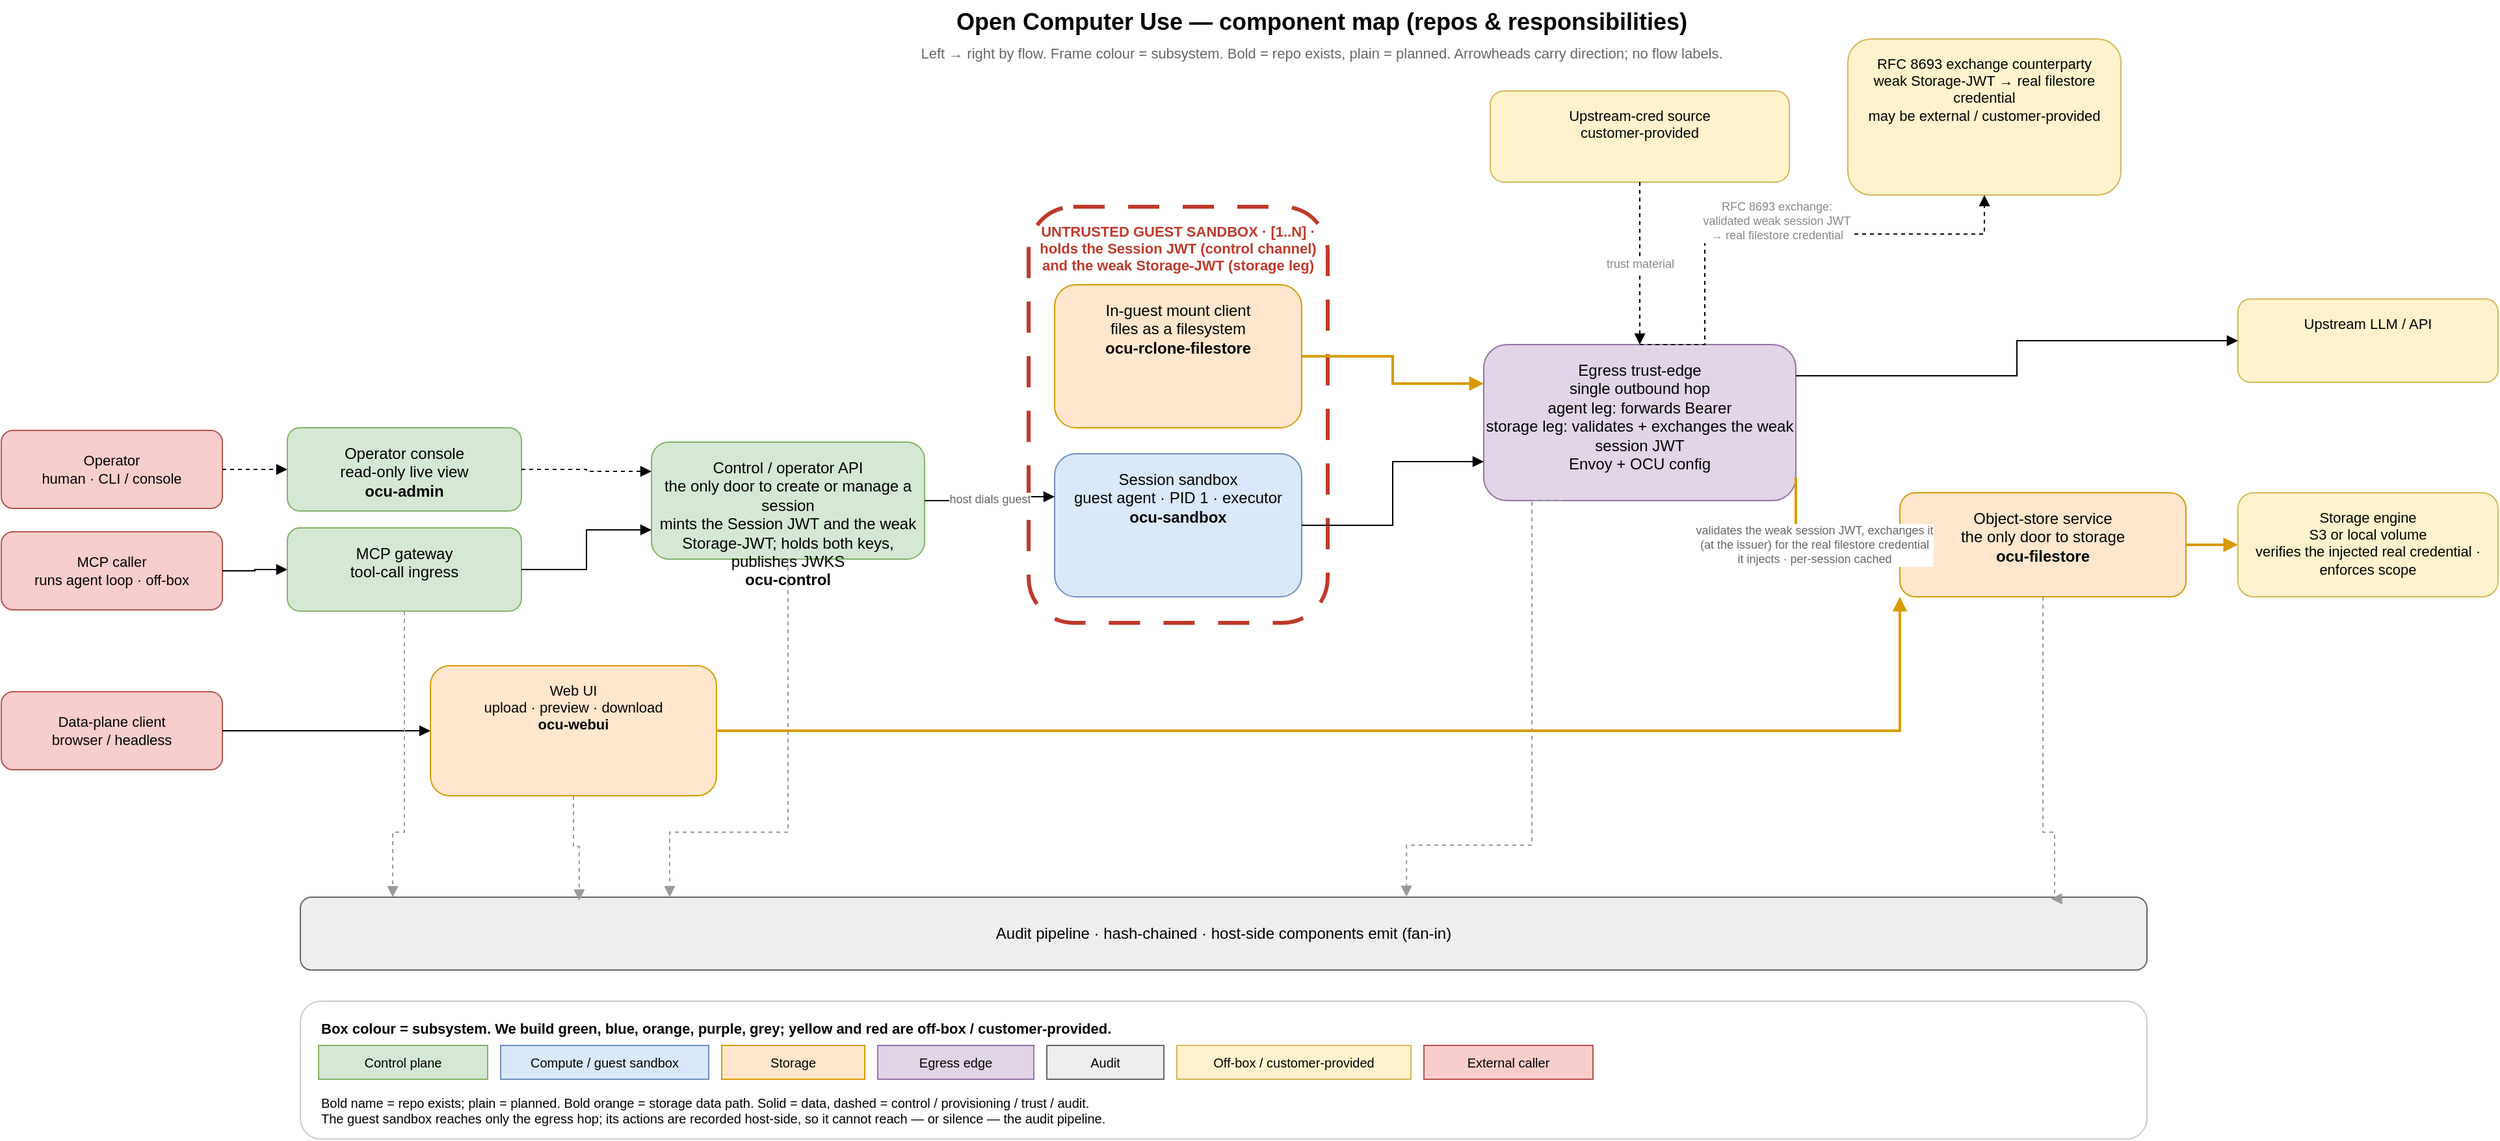
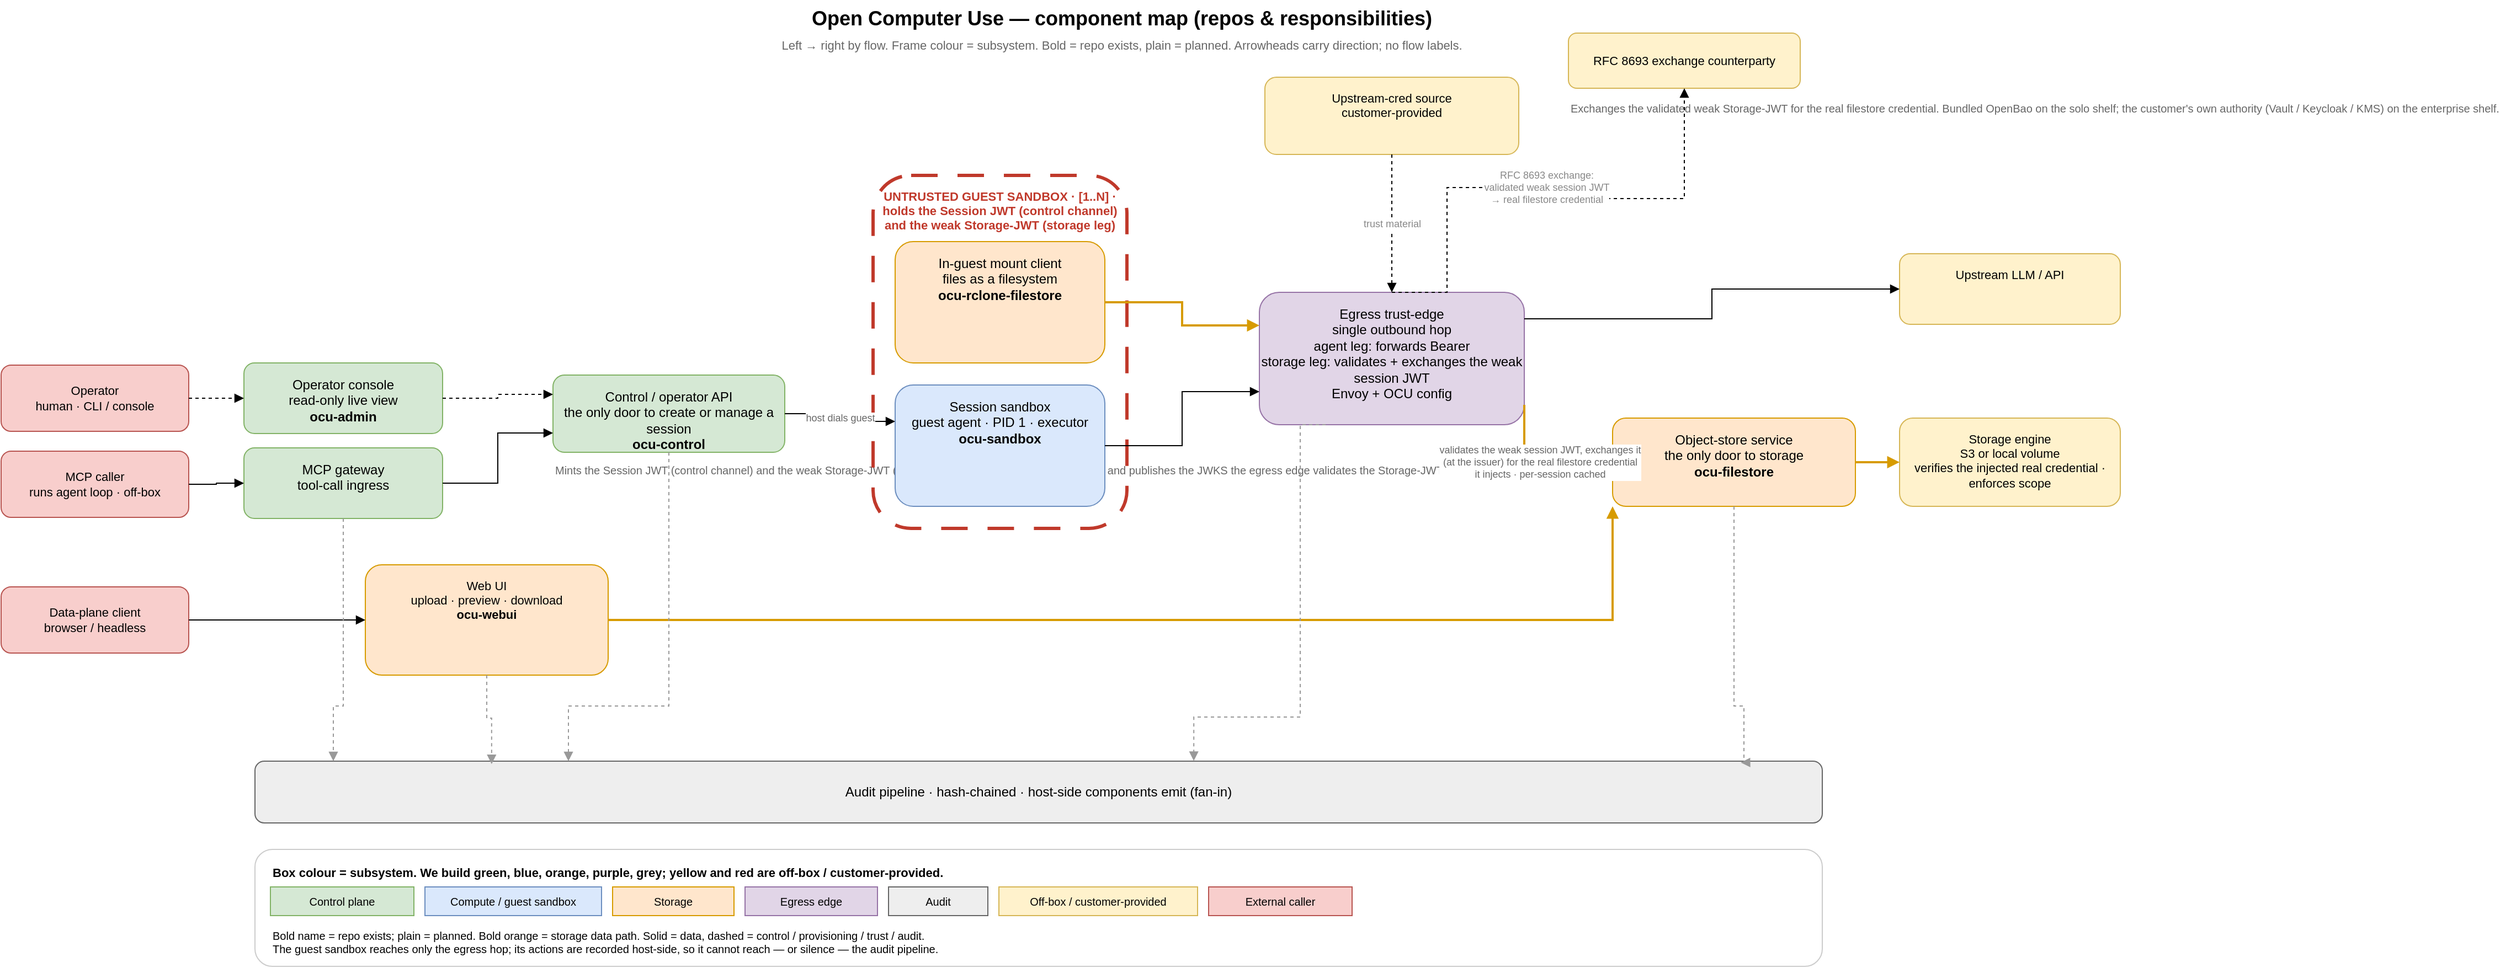
<mxfile host="65bd71144e">
    <diagram id="ocu-components" name="Component map">
        <mxGraphModel dx="1078" dy="1662" grid="1" gridSize="10" guides="1" tooltips="1" connect="1" arrows="1" fold="1" page="1" pageScale="1" pageWidth="2000" pageHeight="900" math="0" shadow="0">
            <root>
                <mxCell id="0"/>
                <mxCell id="1" parent="0"/>
                <mxCell id="title" value="Open Computer Use — component map (repos &amp; responsibilities)" style="text;html=1;strokeColor=none;fillColor=none;fontSize=18;fontStyle=1;align=center;" parent="1" vertex="1">
                    <mxGeometry x="700" y="20" width="710" height="28" as="geometry"/>
                </mxCell>
                <mxCell id="sub" value="Left → right by flow. Frame colour = subsystem. Bold = repo exists, plain = planned. Arrowheads carry direction; no flow labels." style="text;html=1;strokeColor=none;fillColor=none;fontSize=11;fontColor=#666;align=center;" parent="1" vertex="1">
                    <mxGeometry x="700" y="48" width="710" height="16" as="geometry"/>
                </mxCell>
                <mxCell id="x-peer" value="MCP caller&#xa;runs agent loop · off-box" style="rounded=1;whiteSpace=wrap;html=1;fillColor=#f8cecc;strokeColor=#b85450;fontSize=11;" parent="1" vertex="1">
                    <mxGeometry x="40" y="429" width="170" height="60" as="geometry"/>
                </mxCell>
                <mxCell id="x-op" value="Operator&#xa;human · CLI / console" style="rounded=1;whiteSpace=wrap;html=1;fillColor=#f8cecc;strokeColor=#b85450;fontSize=11;" parent="1" vertex="1">
                    <mxGeometry x="40" y="351" width="170" height="60" as="geometry"/>
                </mxCell>
                <mxCell id="x-dpc" value="Data-plane client&#xa;browser / headless" style="rounded=1;whiteSpace=wrap;html=1;fillColor=#f8cecc;strokeColor=#b85450;fontSize=11;" parent="1" vertex="1">
                    <mxGeometry x="40" y="552" width="170" height="60" as="geometry"/>
                </mxCell>
-                 <mxCell id="o-issuer" value="RFC 8693 exchange counterparty&#xa;weak Storage-JWT → real filestore credential&#xa;may be external / customer-provided" style="rounded=1;whiteSpace=wrap;html=1;fillColor=#fff2cc;strokeColor=#d6b656;fontSize=11;verticalAlign=top;spacingTop=6;" parent="1" vertex="1">
-                     <mxGeometry x="1460" y="50" width="210" height="120" as="geometry"/>
+                 <mxCell id="o-issuer" value="RFC 8693 exchange counterparty" style="rounded=1;whiteSpace=wrap;html=1;fillColor=#fff2cc;strokeColor=#d6b656;fontSize=11;verticalAlign=middle;align=center;" parent="1" vertex="1">
+                     <mxGeometry x="1460" y="50" width="210" height="50" as="geometry"/>
+                 </mxCell>
+                 <mxCell id="o-issuer-note" value="Exchanges the validated weak Storage-JWT for the real filestore credential. Bundled OpenBao on the solo shelf; the customer's own authority (Vault / Keycloak / KMS) on the enterprise shelf." style="text;html=1;strokeColor=none;fillColor=none;fontSize=10;fontColor=#666;align=left;verticalAlign=top;" parent="1" vertex="1">
+                     <mxGeometry x="1460" y="106" width="210" height="64" as="geometry"/>
                </mxCell>
                <mxCell id="c01" value="MCP gateway&#xa;tool-call ingress" style="rounded=1;whiteSpace=wrap;html=1;fillColor=#d5e8d4;strokeColor=#82b366;fontSize=12;verticalAlign=top;spacingTop=6;" parent="1" vertex="1">
                    <mxGeometry x="260" y="426" width="180" height="64" as="geometry"/>
                </mxCell>
                <mxCell id="cadmin" value="Operator console&#xa;read-only live view&#xa;&lt;b&gt;ocu-admin&lt;/b&gt;" style="rounded=1;whiteSpace=wrap;html=1;fillColor=#d5e8d4;strokeColor=#82b366;fontSize=12;verticalAlign=top;spacingTop=6;" parent="1" vertex="1">
                    <mxGeometry x="260" y="349" width="180" height="64" as="geometry"/>
                </mxCell>
-                 <mxCell id="c02" value="Control / operator API&#xa;the only door to create or manage a session&#xa;mints the Session JWT and the weak Storage-JWT; holds both keys, publishes JWKS&#xa;&lt;b&gt;ocu-control&lt;/b&gt;" style="rounded=1;whiteSpace=wrap;html=1;fillColor=#d5e8d4;strokeColor=#82b366;fontSize=12;verticalAlign=top;spacingTop=6;" parent="1" vertex="1">
-                     <mxGeometry x="540" y="360" width="210" height="90" as="geometry"/>
+                 <mxCell id="c02" value="Control / operator API&#xa;the only door to create or manage a session&#xa;&lt;b&gt;ocu-control&lt;/b&gt;" style="rounded=1;whiteSpace=wrap;html=1;fillColor=#d5e8d4;strokeColor=#82b366;fontSize=12;verticalAlign=top;spacingTop=6;" parent="1" vertex="1">
+                     <mxGeometry x="540" y="360" width="210" height="70" as="geometry"/>
+                 </mxCell>
+                 <mxCell id="c02-note" value="Mints the Session JWT (control channel) and the weak Storage-JWT (storage leg) — two distinct keys it holds — and publishes the JWKS the egress edge validates the Storage-JWT against." style="text;html=1;strokeColor=none;fillColor=none;fontSize=10;fontColor=#666;align=left;verticalAlign=top;" parent="1" vertex="1">
+                     <mxGeometry x="540" y="434" width="210" height="56" as="geometry"/>
                </mxCell>
                <mxCell id="guestframe" value="UNTRUSTED GUEST SANDBOX · [1..N] · holds the Session JWT (control channel) and the weak Storage-JWT (storage leg)" style="rounded=1;whiteSpace=wrap;html=1;fillColor=none;strokeColor=#c0392b;strokeWidth=3;dashed=1;dashPattern=8 6;fontSize=11;fontStyle=1;fontColor=#c0392b;verticalAlign=top;align=center;spacingTop=6;" parent="1" vertex="1">
                    <mxGeometry x="830" y="179" width="230" height="320" as="geometry"/>
                </mxCell>
                <mxCell id="g-agent" value="Session sandbox&#xa;guest agent · PID 1 · executor&#xa;&lt;b&gt;ocu-sandbox&lt;/b&gt;" style="rounded=1;whiteSpace=wrap;html=1;fillColor=#dae8fc;strokeColor=#6c8ebf;fontSize=12;verticalAlign=top;spacingTop=6;" parent="guestframe" vertex="1">
                    <mxGeometry x="20" y="190" width="190" height="110" as="geometry"/>
                </mxCell>
                <mxCell id="g-mount" value="In-guest mount client&#xa;files as a filesystem&#xa;&lt;b&gt;ocu-rclone-filestore&lt;/b&gt;" style="rounded=1;whiteSpace=wrap;html=1;fillColor=#ffe6cc;strokeColor=#d79b00;fontSize=12;verticalAlign=top;spacingTop=6;" parent="guestframe" vertex="1">
                    <mxGeometry x="20" y="60" width="190" height="110" as="geometry"/>
                </mxCell>
                <mxCell id="c06" value="Egress trust-edge&#xa;single outbound hop&#xa;agent leg: forwards Bearer&#xa;storage leg: validates + exchanges the weak session JWT&#xa;Envoy + OCU config" style="rounded=1;whiteSpace=wrap;html=1;fillColor=#e1d5e7;strokeColor=#9673a6;fontSize=12;verticalAlign=top;spacingTop=6;" parent="1" vertex="1">
                    <mxGeometry x="1180" y="285" width="240" height="120" as="geometry"/>
                </mxCell>
                <mxCell id="c08" value="Web UI&#xa;upload · preview · download&#xa;&lt;b&gt;ocu-webui&lt;/b&gt;" style="rounded=1;whiteSpace=wrap;html=1;fillColor=#ffe6cc;strokeColor=#d79b00;fontSize=11;verticalAlign=top;spacingTop=6;" parent="1" vertex="1">
                    <mxGeometry x="370" y="532" width="220" height="100" as="geometry"/>
                </mxCell>
                <mxCell id="c04" value="Object-store service&#xa;the only door to storage&#xa;&lt;b&gt;ocu-filestore&lt;/b&gt;" style="rounded=1;whiteSpace=wrap;html=1;fillColor=#ffe6cc;strokeColor=#d79b00;fontSize=12;verticalAlign=top;spacingTop=6;" parent="1" vertex="1">
                    <mxGeometry x="1500" y="399" width="220" height="80" as="geometry"/>
                </mxCell>
                <mxCell id="o-up" value="Upstream LLM / API" style="rounded=1;whiteSpace=wrap;html=1;fillColor=#fff2cc;strokeColor=#d6b656;fontSize=11;verticalAlign=top;spacingTop=6;" parent="1" vertex="1">
                    <mxGeometry x="1760" y="250" width="200" height="64" as="geometry"/>
                </mxCell>
                <mxCell id="o-sds" value="Upstream-cred source&#xa;customer-provided" style="rounded=1;whiteSpace=wrap;html=1;fillColor=#fff2cc;strokeColor=#d6b656;fontSize=11;verticalAlign=top;spacingTop=6;" parent="1" vertex="1">
                    <mxGeometry x="1185" y="90" width="230" height="70" as="geometry"/>
                </mxCell>
                <mxCell id="o-backend" value="Storage engine&#xa;S3 or local volume&#xa;verifies the injected real credential · enforces scope" style="rounded=1;whiteSpace=wrap;html=1;fillColor=#fff2cc;strokeColor=#d6b656;fontSize=11;verticalAlign=top;spacingTop=6;" parent="1" vertex="1">
                    <mxGeometry x="1760" y="399" width="200" height="80" as="geometry"/>
                </mxCell>
                <mxCell id="c07" value="Audit pipeline · hash-chained · host-side components emit (fan-in)" style="rounded=1;whiteSpace=wrap;html=1;fillColor=#eeeeee;strokeColor=#666666;fontSize=12;verticalAlign=middle;align=center;" parent="1" vertex="1">
                    <mxGeometry x="270" y="710" width="1420" height="56" as="geometry"/>
                </mxCell>
                <mxCell id="e-peer" style="edgeStyle=orthogonalEdgeStyle;html=1;rounded=0;endArrow=block;exitX=1;exitY=0.5;entryX=0;entryY=0.5;" parent="1" source="x-peer" target="c01" edge="1">
                    <mxGeometry relative="1" as="geometry"/>
                </mxCell>
                <mxCell id="e-gw-ctrl" style="edgeStyle=orthogonalEdgeStyle;html=1;rounded=0;endArrow=block;exitX=1;exitY=0.5;entryX=0;entryY=0.75;entryDx=0;entryDy=0;" parent="1" source="c01" target="c02" edge="1">
                    <mxGeometry relative="1" as="geometry"/>
                </mxCell>
                <mxCell id="e-ctrl-sbx" value="host dials guest" style="edgeStyle=orthogonalEdgeStyle;html=1;rounded=0;endArrow=block;fontSize=9;fontColor=#666;exitX=1;exitY=0.5;entryX=0;entryY=0.3;" parent="1" source="c02" target="g-agent" edge="1">
                    <mxGeometry relative="1" as="geometry"/>
                </mxCell>
                <mxCell id="e-op-admin" style="edgeStyle=orthogonalEdgeStyle;html=1;rounded=0;endArrow=block;dashed=1;exitX=1;exitY=0.5;entryX=0;entryY=0.5;exitDx=0;exitDy=0;" parent="1" source="x-op" target="cadmin" edge="1">
                    <mxGeometry relative="1" as="geometry"/>
                </mxCell>
                <mxCell id="e-admin-ctrl" style="edgeStyle=orthogonalEdgeStyle;html=1;rounded=0;endArrow=block;dashed=1;exitX=1;exitY=0.5;entryX=0;entryY=0.25;entryDx=0;entryDy=0;" parent="1" source="cadmin" target="c02" edge="1">
                    <mxGeometry relative="1" as="geometry"/>
                </mxCell>
                <mxCell id="e-egr-iss" value="RFC 8693 exchange:&#xa;validated weak session JWT&#xa;→ real filestore credential" style="edgeStyle=orthogonalEdgeStyle;html=1;rounded=0;endArrow=block;dashed=1;fontSize=9;fontColor=#888;exitX=0.5;exitY=0;entryX=0.5;entryY=1;exitDx=0;exitDy=0;" parent="1" source="c06" target="o-issuer" edge="1">
                    <mxGeometry relative="1" as="geometry">
                        <mxPoint x="645" y="189" as="sourcePoint"/>
                        <Array as="points">
                            <mxPoint x="1350" y="285"/>
                            <mxPoint x="1350" y="190"/>
                            <mxPoint x="1450" y="190"/>
                            <mxPoint x="1450" y="200"/>
                            <mxPoint x="1565" y="200"/>
                        </Array>
                    </mxGeometry>
                </mxCell>
                <mxCell id="e-mount-egr" style="edgeStyle=orthogonalEdgeStyle;html=1;rounded=0;endArrow=block;strokeWidth=2;strokeColor=#d79b00;exitX=1;exitY=0.5;entryX=0;entryY=0.25;entryDx=0;entryDy=0;" parent="1" source="g-mount" target="c06" edge="1">
                    <mxGeometry relative="1" as="geometry"/>
                </mxCell>
                <mxCell id="e-egr-backend" value="validates the weak session JWT, exchanges it&#xa;(at the issuer) for the real filestore credential&#xa;it injects · per-session cached" style="edgeStyle=orthogonalEdgeStyle;html=1;rounded=0;endArrow=block;strokeWidth=2;strokeColor=#d79b00;fontSize=9;fontColor=#666;exitX=1;exitY=0.85;entryX=0;entryY=0.5;entryDx=0;entryDy=0;" parent="1" source="c06" target="c04" edge="1">
                    <mxGeometry relative="1" as="geometry">
                        <Array as="points">
                            <mxPoint x="1500" y="439"/>
                            <mxPoint x="1500" y="439"/>
                        </Array>
                    </mxGeometry>
                </mxCell>
                <mxCell id="e-dpc" style="edgeStyle=orthogonalEdgeStyle;html=1;rounded=0;endArrow=block;exitX=1;exitY=0.5;entryX=0;entryY=0.5;" parent="1" source="x-dpc" target="c08" edge="1">
                    <mxGeometry relative="1" as="geometry"/>
                </mxCell>
                <mxCell id="e-webui-c04" style="edgeStyle=orthogonalEdgeStyle;html=1;rounded=0;endArrow=block;strokeWidth=2;strokeColor=#d79b00;exitX=1;exitY=0.5;entryX=0;entryY=1;entryDx=0;entryDy=0;" parent="1" source="c08" target="c04" edge="1">
                    <mxGeometry relative="1" as="geometry"/>
                </mxCell>
                <mxCell id="e-c04-backend" style="edgeStyle=orthogonalEdgeStyle;html=1;rounded=0;endArrow=block;strokeWidth=2;strokeColor=#d79b00;exitX=1;exitY=0.5;entryX=0;entryY=0.5;entryDx=0;entryDy=0;" parent="1" source="c04" target="o-backend" edge="1">
                    <mxGeometry relative="1" as="geometry"/>
                </mxCell>
                <mxCell id="e-agent-egr" style="edgeStyle=orthogonalEdgeStyle;html=1;rounded=0;endArrow=block;exitX=1;exitY=0.5;entryX=0;entryY=0.75;entryDx=0;entryDy=0;" parent="1" source="g-agent" target="c06" edge="1">
                    <mxGeometry relative="1" as="geometry"/>
                </mxCell>
                <mxCell id="e-egr-up" style="edgeStyle=orthogonalEdgeStyle;html=1;rounded=0;endArrow=block;exitX=1;exitY=0.2;entryX=0;entryY=0.5;" parent="1" source="c06" target="o-up" edge="1">
                    <mxGeometry relative="1" as="geometry"/>
                </mxCell>
                <mxCell id="e-sds-egr" value="trust material" style="edgeStyle=orthogonalEdgeStyle;html=1;rounded=0;endArrow=block;dashed=1;fontSize=9;fontColor=#888;exitX=0.5;exitY=1;entryX=0.5;entryY=0;exitDx=0;exitDy=0;" parent="1" source="o-sds" target="c06" edge="1">
                    <mxGeometry relative="1" as="geometry">
                        <mxPoint x="1295" y="189" as="sourcePoint"/>
                    </mxGeometry>
                </mxCell>
                <mxCell id="e-gw-audit" style="edgeStyle=orthogonalEdgeStyle;html=1;rounded=0;endArrow=block;dashed=1;strokeColor=#999;exitX=0.5;exitY=1;entryX=0.05;entryY=0;" parent="1" source="c01" target="c07" edge="1">
                    <mxGeometry relative="1" as="geometry">
                        <Array as="points">
                            <mxPoint x="350" y="660"/>
                            <mxPoint x="341" y="660"/>
                        </Array>
                    </mxGeometry>
                </mxCell>
                <mxCell id="e-ctrl-audit" style="edgeStyle=orthogonalEdgeStyle;html=1;rounded=0;endArrow=block;dashed=1;strokeColor=#999;exitX=0.5;exitY=1;entryX=0.2;entryY=0;" parent="1" source="c02" target="c07" edge="1">
                    <mxGeometry relative="1" as="geometry">
                        <Array as="points">
                            <mxPoint x="645" y="660"/>
                            <mxPoint x="554" y="660"/>
                        </Array>
                    </mxGeometry>
                </mxCell>
                <mxCell id="e-egr-audit" style="edgeStyle=orthogonalEdgeStyle;html=1;rounded=0;endArrow=block;dashed=1;strokeColor=#999;exitX=0.25;exitY=1;entryX=0.599;entryY=-0.005;exitDx=0;exitDy=0;entryDx=0;entryDy=0;entryPerimeter=0;" parent="1" source="c06" target="c07" edge="1">
                    <mxGeometry relative="1" as="geometry">
                        <Array as="points">
                            <mxPoint x="1217" y="670"/>
                            <mxPoint x="1121" y="670"/>
                        </Array>
                    </mxGeometry>
                </mxCell>
                <mxCell id="e-c04-audit" style="edgeStyle=orthogonalEdgeStyle;html=1;rounded=0;endArrow=block;dashed=1;strokeColor=#999;exitX=0.5;exitY=1;entryX=0.948;entryY=0.022;entryDx=0;entryDy=0;entryPerimeter=0;" parent="1" source="c04" target="c07" edge="1">
                    <mxGeometry relative="1" as="geometry">
                        <Array as="points">
                            <mxPoint x="1610" y="660"/>
                            <mxPoint x="1619" y="660"/>
                            <mxPoint x="1619" y="711"/>
                        </Array>
                    </mxGeometry>
                </mxCell>
                <mxCell id="e-c08-audit" style="edgeStyle=orthogonalEdgeStyle;html=1;rounded=0;endArrow=block;dashed=1;strokeColor=#999;exitX=0.5;exitY=1;entryX=0.151;entryY=0.047;entryDx=0;entryDy=0;entryPerimeter=0;" parent="1" source="c08" target="c07" edge="1">
                    <mxGeometry relative="1" as="geometry"/>
                </mxCell>
                <mxCell id="legendbox" value="" style="rounded=1;whiteSpace=wrap;html=1;fillColor=#ffffff;strokeColor=#cccccc;" parent="1" vertex="1">
                    <mxGeometry x="270" y="790" width="1420" height="106" as="geometry"/>
                </mxCell>
                <mxCell id="legendtitle" value="Box colour = subsystem. We build green, blue, orange, purple, grey; yellow and red are off-box / customer-provided." style="text;html=1;strokeColor=none;fillColor=none;fontSize=11;fontStyle=1;align=left;" parent="legendbox" vertex="1">
                    <mxGeometry x="14" y="8" width="1390" height="18" as="geometry"/>
                </mxCell>
                <mxCell id="sw-green" value="Control plane" style="rounded=0;whiteSpace=wrap;html=1;fillColor=#d5e8d4;strokeColor=#82b366;fontSize=10;" parent="legendbox" vertex="1">
                    <mxGeometry x="14" y="34" width="130" height="26" as="geometry"/>
                </mxCell>
                <mxCell id="sw-blue" value="Compute / guest sandbox" style="rounded=0;whiteSpace=wrap;html=1;fillColor=#dae8fc;strokeColor=#6c8ebf;fontSize=10;" parent="legendbox" vertex="1">
                    <mxGeometry x="154" y="34" width="160" height="26" as="geometry"/>
                </mxCell>
                <mxCell id="sw-orange" value="Storage" style="rounded=0;whiteSpace=wrap;html=1;fillColor=#ffe6cc;strokeColor=#d79b00;fontSize=10;" parent="legendbox" vertex="1">
                    <mxGeometry x="324" y="34" width="110" height="26" as="geometry"/>
                </mxCell>
                <mxCell id="sw-purple" value="Egress edge" style="rounded=0;whiteSpace=wrap;html=1;fillColor=#e1d5e7;strokeColor=#9673a6;fontSize=10;" parent="legendbox" vertex="1">
                    <mxGeometry x="444" y="34" width="120" height="26" as="geometry"/>
                </mxCell>
                <mxCell id="sw-grey" value="Audit" style="rounded=0;whiteSpace=wrap;html=1;fillColor=#eeeeee;strokeColor=#666666;fontSize=10;" parent="legendbox" vertex="1">
                    <mxGeometry x="574" y="34" width="90" height="26" as="geometry"/>
                </mxCell>
                <mxCell id="sw-yellow" value="Off-box / customer-provided" style="rounded=0;whiteSpace=wrap;html=1;fillColor=#fff2cc;strokeColor=#d6b656;fontSize=10;" parent="legendbox" vertex="1">
                    <mxGeometry x="674" y="34" width="180" height="26" as="geometry"/>
                </mxCell>
                <mxCell id="sw-red" value="External caller" style="rounded=0;whiteSpace=wrap;html=1;fillColor=#f8cecc;strokeColor=#b85450;fontSize=10;" parent="legendbox" vertex="1">
                    <mxGeometry x="864" y="34" width="130" height="26" as="geometry"/>
                </mxCell>
                <mxCell id="legendtext" value="Bold name = repo exists; plain = planned.   Bold orange = storage data path.   Solid = data, dashed = control / provisioning / trust / audit.&#xa;The guest sandbox reaches only the egress hop; its actions are recorded host-side, so it cannot reach — or silence — the audit pipeline." style="text;html=1;strokeColor=none;fillColor=none;fontSize=10;align=left;" parent="legendbox" vertex="1">
                    <mxGeometry x="14" y="66" width="1390" height="32" as="geometry"/>
                </mxCell>
            </root>
        </mxGraphModel>
    </diagram>
</mxfile>